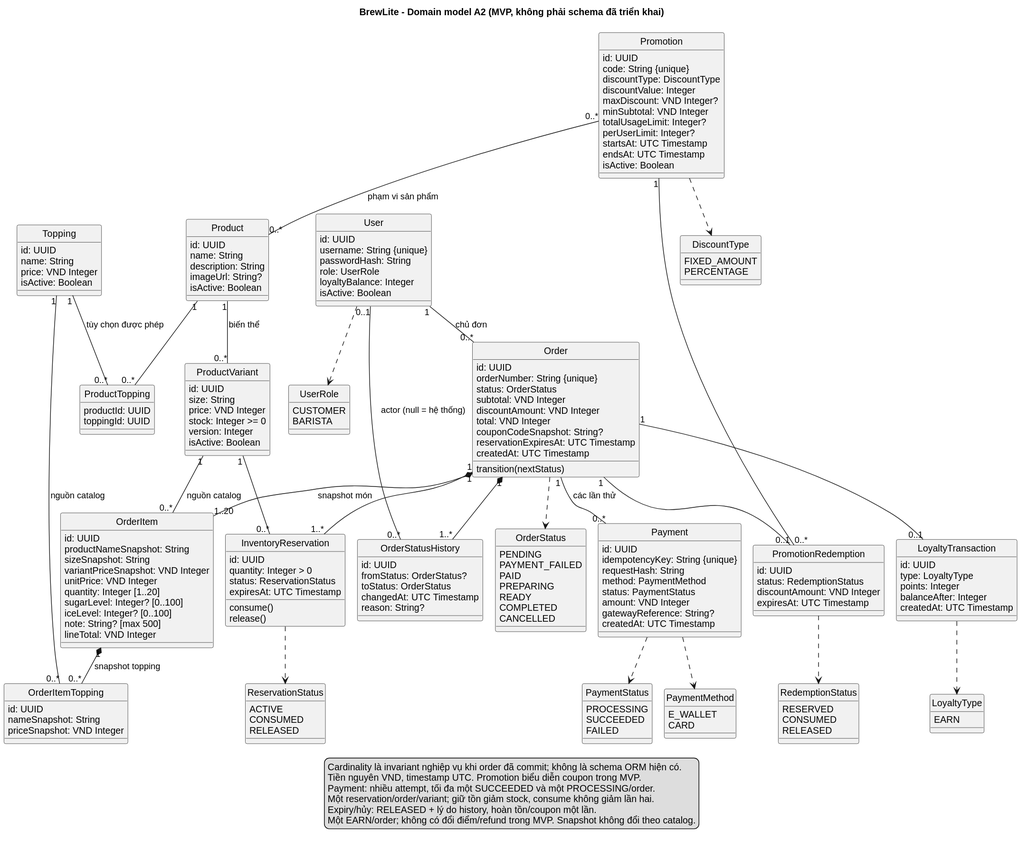
Above: docs/diagrams/class-domain.svg in Fatcatmmb-sudo/BrewLite_A2 (PlantUML), before the change.
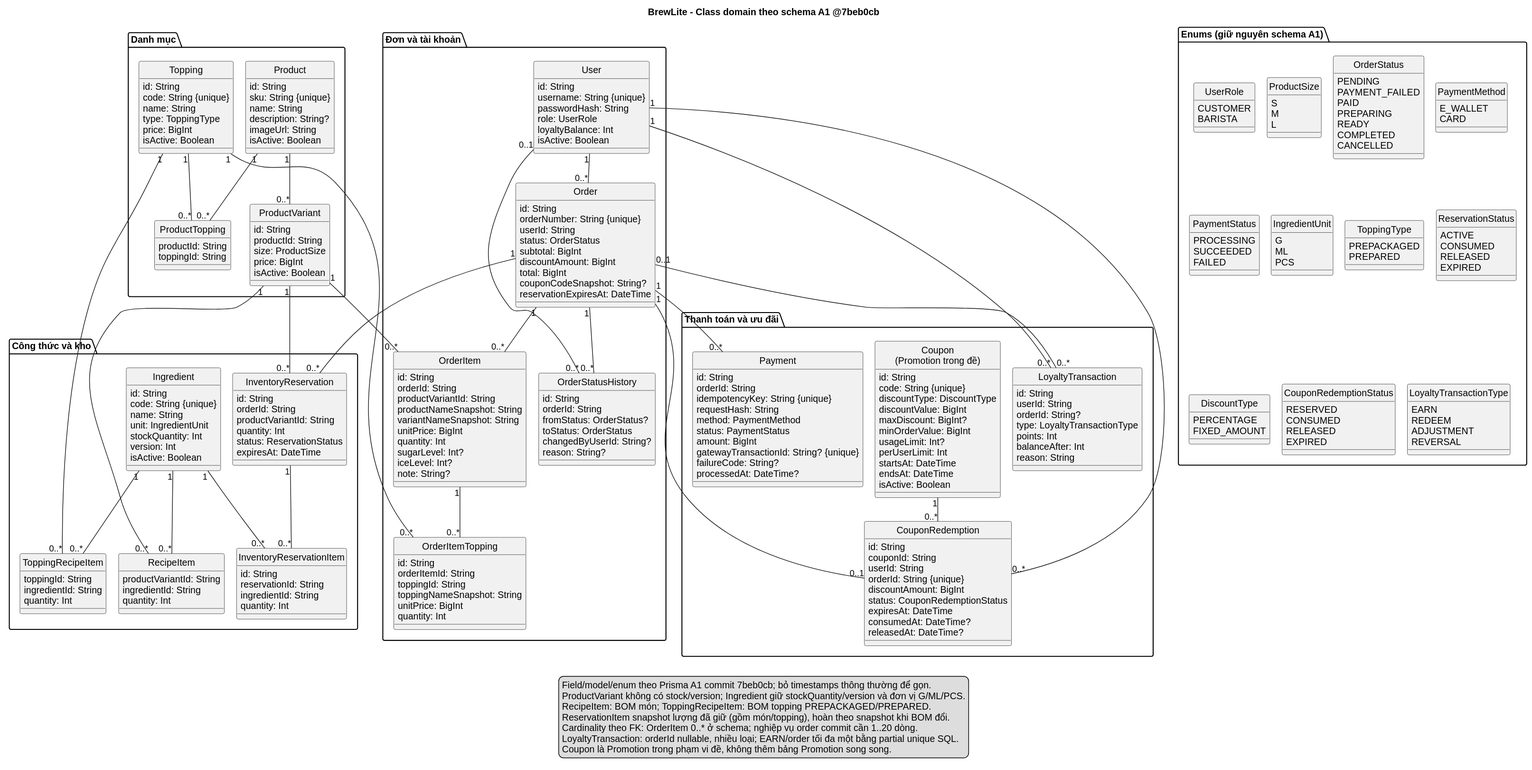
After the commit.

The edit, as a diff of the source:
```diff
@@ -1,148 +1,205 @@
 @startuml
 !pragma layout smetana
-title BrewLite - Domain model A2 (MVP, không phải schema đã triển khai)
+title BrewLite - Class domain theo schema A1 @7beb0cb
 hide circle
 skinparam defaultFontName Arial
 skinparam classAttributeIconSize 0
 skinparam shadowing false
-skinparam nodesep 35
-skinparam ranksep 45
-
+skinparam nodesep 40
+skinparam ranksep 55
+package "Danh mục" {
+class Product {
+  id: String
+  sku: String {unique}
+  name: String
+  description: String?
+  imageUrl: String
+  isActive: Boolean
+}
+class ProductVariant {
+  id: String
+  productId: String
+  size: ProductSize
+  price: BigInt
+  isActive: Boolean
+}
+class Topping {
+  id: String
+  code: String {unique}
+  name: String
+  type: ToppingType
+  price: BigInt
+  isActive: Boolean
+}
+class ProductTopping {
+  productId: String
+  toppingId: String
+}
+}
+package "Công thức và kho" {
+class Ingredient {
+  id: String
+  code: String {unique}
+  name: String
+  unit: IngredientUnit
+  stockQuantity: Int
+  version: Int
+  isActive: Boolean
+}
+class RecipeItem {
+  productVariantId: String
+  ingredientId: String
+  quantity: Int
+}
+class ToppingRecipeItem {
+  toppingId: String
+  ingredientId: String
+  quantity: Int
+}
+class InventoryReservation {
+  id: String
+  orderId: String
+  productVariantId: String
+  quantity: Int
+  status: ReservationStatus
+  expiresAt: DateTime
+}
+class InventoryReservationItem {
+  id: String
+  reservationId: String
+  ingredientId: String
+  quantity: Int
+}
+}
+package "Đơn và tài khoản" {
 class User {
-  id: UUID
+  id: String
   username: String {unique}
   passwordHash: String
   role: UserRole
-  loyaltyBalance: Integer
+  loyaltyBalance: Int
   isActive: Boolean
 }
-class Product {
-  id: UUID
-  name: String
-  description: String
-  imageUrl: String?
-  isActive: Boolean
-}
-class ProductVariant {
-  id: UUID
-  size: String
-  price: VND Integer
-  stock: Integer >= 0
-  version: Integer
-  isActive: Boolean
-}
-class Topping {
-  id: UUID
-  name: String
-  price: VND Integer
-  isActive: Boolean
-}
-class ProductTopping {
-  productId: UUID
-  toppingId: UUID
-}
 class Order {
-  id: UUID
+  id: String
   orderNumber: String {unique}
+  userId: String
   status: OrderStatus
-  subtotal: VND Integer
-  discountAmount: VND Integer
-  total: VND Integer
+  subtotal: BigInt
+  discountAmount: BigInt
+  total: BigInt
   couponCodeSnapshot: String?
-  reservationExpiresAt: UTC Timestamp
-  createdAt: UTC Timestamp
-  transition(nextStatus)
+  reservationExpiresAt: DateTime
 }
 class OrderItem {
-  id: UUID
+  id: String
+  orderId: String
+  productVariantId: String
   productNameSnapshot: String
-  sizeSnapshot: String
-  variantPriceSnapshot: VND Integer
-  unitPrice: VND Integer
-  quantity: Integer [1..20]
-  sugarLevel: Integer? [0..100]
-  iceLevel: Integer? [0..100]
-  note: String? [max 500]
-  lineTotal: VND Integer
+  variantNameSnapshot: String
+  unitPrice: BigInt
+  quantity: Int
+  sugarLevel: Int?
+  iceLevel: Int?
+  note: String?
 }
 class OrderItemTopping {
-  id: UUID
-  nameSnapshot: String
-  priceSnapshot: VND Integer
-}
-class InventoryReservation {
-  id: UUID
-  quantity: Integer > 0
-  status: ReservationStatus
-  expiresAt: UTC Timestamp
-  consume()
-  release()
+  id: String
+  orderItemId: String
+  toppingId: String
+  toppingNameSnapshot: String
+  unitPrice: BigInt
+  quantity: Int
 }
 class OrderStatusHistory {
-  id: UUID
+  id: String
+  orderId: String
   fromStatus: OrderStatus?
   toStatus: OrderStatus
-  changedAt: UTC Timestamp
+  changedByUserId: String?
   reason: String?
 }
+}
+package "Thanh toán và ưu đãi" {
 class Payment {
-  id: UUID
+  id: String
+  orderId: String
   idempotencyKey: String {unique}
   requestHash: String
   method: PaymentMethod
   status: PaymentStatus
-  amount: VND Integer
-  gatewayReference: String?
-  createdAt: UTC Timestamp
+  amount: BigInt
+  gatewayTransactionId: String? {unique}
+  failureCode: String?
+  processedAt: DateTime?
 }
-class Promotion {
-  id: UUID
+class "Coupon\n(Promotion trong đề)" as Coupon {
+  id: String
   code: String {unique}
   discountType: DiscountType
-  discountValue: Integer
-  maxDiscount: VND Integer?
-  minSubtotal: VND Integer
-  totalUsageLimit: Integer?
-  perUserLimit: Integer?
-  startsAt: UTC Timestamp
-  endsAt: UTC Timestamp
+  discountValue: BigInt
+  maxDiscount: BigInt?
+  minOrderValue: BigInt
+  usageLimit: Int?
+  perUserLimit: Int
+  startsAt: DateTime
+  endsAt: DateTime
   isActive: Boolean
 }
-class PromotionRedemption {
-  id: UUID
-  status: RedemptionStatus
-  discountAmount: VND Integer
-  expiresAt: UTC Timestamp
+class CouponRedemption {
+  id: String
+  couponId: String
+  userId: String
+  orderId: String {unique}
+  discountAmount: BigInt
+  status: CouponRedemptionStatus
+  expiresAt: DateTime
+  consumedAt: DateTime?
+  releasedAt: DateTime?
 }
 class LoyaltyTransaction {
-  id: UUID
-  type: LoyaltyType
-  points: Integer
-  balanceAfter: Integer
-  createdAt: UTC Timestamp
+  id: String
+  userId: String
+  orderId: String?
+  type: LoyaltyTransactionType
+  points: Int
+  balanceAfter: Int
+  reason: String
 }
-
-User "1" -- "0..*" Order : chủ đơn
-Product "1" -- "0..*" ProductVariant : biến thể
+}
+Product "1" -- "0..*" ProductVariant
+ProductVariant "1" -- "0..*" RecipeItem
+Ingredient "1" -- "0..*" RecipeItem
+Topping "1" -- "0..*" ToppingRecipeItem
+Ingredient "1" -- "0..*" ToppingRecipeItem
 Product "1" -- "0..*" ProductTopping
-Topping "1" -- "0..*" ProductTopping : tùy chọn được phép
-Order "1" *-- "1..20" OrderItem : snapshot món
-ProductVariant "1" -- "0..*" OrderItem : nguồn catalog
-OrderItem "1" *-- "0..*" OrderItemTopping : snapshot topping
-Topping "1" -- "0..*" OrderItemTopping : nguồn catalog
-Order "1" -- "1..*" InventoryReservation
+Topping "1" -- "0..*" ProductTopping
+User "1" -- "0..*" Order
+Order "1" -- "0..*" OrderItem
+ProductVariant "1" -- "0..*" OrderItem
+OrderItem "1" -- "0..*" OrderItemTopping
+Topping "1" -- "0..*" OrderItemTopping
+Order "1" -- "0..*" Payment
+Order "1" -- "0..*" OrderStatusHistory
+User "0..1" -- "0..*" OrderStatusHistory
+Order "1" -- "0..*" InventoryReservation
 ProductVariant "1" -- "0..*" InventoryReservation
-Order "1" *-- "1..*" OrderStatusHistory
-User "0..1" -right- "0..*" OrderStatusHistory : actor (null = hệ thống)
-Order "1" -- "0..*" Payment : các lần thử
-Order "1" -- "0..1" PromotionRedemption
-Promotion "1" -- "0..*" PromotionRedemption
-Promotion "0..*" -- "0..*" Product : phạm vi sản phẩm
-Order "1" -- "0..1" LoyaltyTransaction
-
+InventoryReservation "1" -- "0..*" InventoryReservationItem
+Ingredient "1" -- "0..*" InventoryReservationItem
+Coupon "1" -- "0..*" CouponRedemption
+User "1" -- "0..*" CouponRedemption
+Order "1" -- "0..1" CouponRedemption
+User "1" -- "0..*" LoyaltyTransaction
+Order "0..1" -- "0..*" LoyaltyTransaction
+package "Enums (giữ nguyên schema A1)" {
 enum UserRole {
   CUSTOMER
   BARISTA
+}
+enum ProductSize {
+  S
+  M
+  L
 }
 enum OrderStatus {
   PENDING
@@ -153,47 +210,54 @@
   COMPLETED
   CANCELLED
 }
+enum PaymentMethod {
+  E_WALLET
+  CARD
+}
 enum PaymentStatus {
   PROCESSING
   SUCCEEDED
   FAILED
 }
-enum PaymentMethod {
-  E_WALLET
-  CARD
+enum IngredientUnit {
+  G
+  ML
+  PCS
+}
+enum ToppingType {
+  PREPACKAGED
+  PREPARED
 }
 enum ReservationStatus {
   ACTIVE
   CONSUMED
   RELEASED
+  EXPIRED
 }
-enum RedemptionStatus {
+enum DiscountType {
+  PERCENTAGE
+  FIXED_AMOUNT
+}
+enum CouponRedemptionStatus {
   RESERVED
   CONSUMED
   RELEASED
+  EXPIRED
 }
-enum DiscountType {
-  FIXED_AMOUNT
-  PERCENTAGE
+enum LoyaltyTransactionType {
+  EARN
+  REDEEM
+  ADJUSTMENT
+  REVERSAL
 }
-enum LoyaltyType {
-  EARN
 }
-User ..> UserRole
-Order ..> OrderStatus
-Payment ..> PaymentStatus
-Payment ..> PaymentMethod
-InventoryReservation ..> ReservationStatus
-PromotionRedemption ..> RedemptionStatus
-Promotion ..> DiscountType
-LoyaltyTransaction ..> LoyaltyType
-
 legend bottom
-  Cardinality là invariant nghiệp vụ khi order đã commit; không là schema ORM hiện có.
-  Tiền nguyên VND, timestamp UTC. Promotion biểu diễn coupon trong MVP.
-  Payment: nhiều attempt, tối đa một SUCCEEDED và một PROCESSING/order.
-  Một reservation/order/variant; giữ tồn giảm stock, consume không giảm lần hai.
-  Expiry/hủy: RELEASED + lý do history, hoàn tồn/coupon một lần.
-  Một EARN/order; không có đổi điểm/refund trong MVP. Snapshot không đổi theo catalog.
+  Field/model/enum theo Prisma A1 commit 7beb0cb; bỏ timestamps thông thường để gọn.
+  ProductVariant không có stock/version; Ingredient giữ stockQuantity/version và đơn vị G/ML/PCS.
+  RecipeItem: BOM món; ToppingRecipeItem: BOM topping PREPACKAGED/PREPARED.
+  ReservationItem snapshot lượng đã giữ (gồm món/topping), hoàn theo snapshot khi BOM đổi.
+  Cardinality theo FK: OrderItem 0..* ở schema; nghiệp vụ order commit cần 1..20 dòng.
+  LoyaltyTransaction: orderId nullable, nhiều loại; EARN/order tối đa một bằng partial unique SQL.
+  Coupon là Promotion trong phạm vi đề, không thêm bảng Promotion song song.
 endlegend
 @enduml
```
